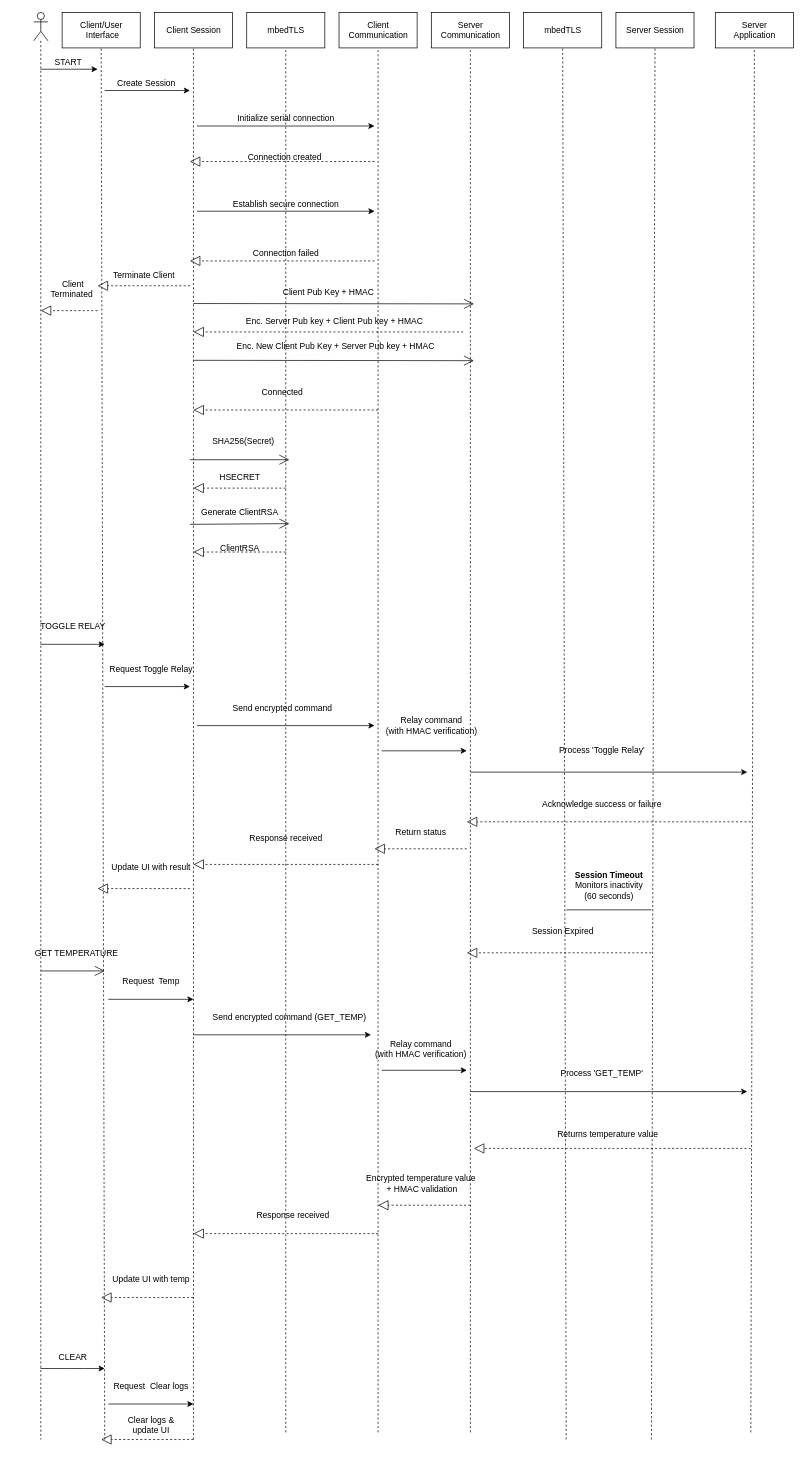
The draw.io diagram Server/docs/SequenceDiagram.drawio in ElliesWorld/Client-Server, before the edit. Source tidied: cells renumbered, new cells numbered last; positions are measured from the earlier drawing's top-left corner, leaving out a move shared by most shapes. Both pictures are drawn from the tidied source at 71%, with x=0, y=0 at pixel (19, 12).
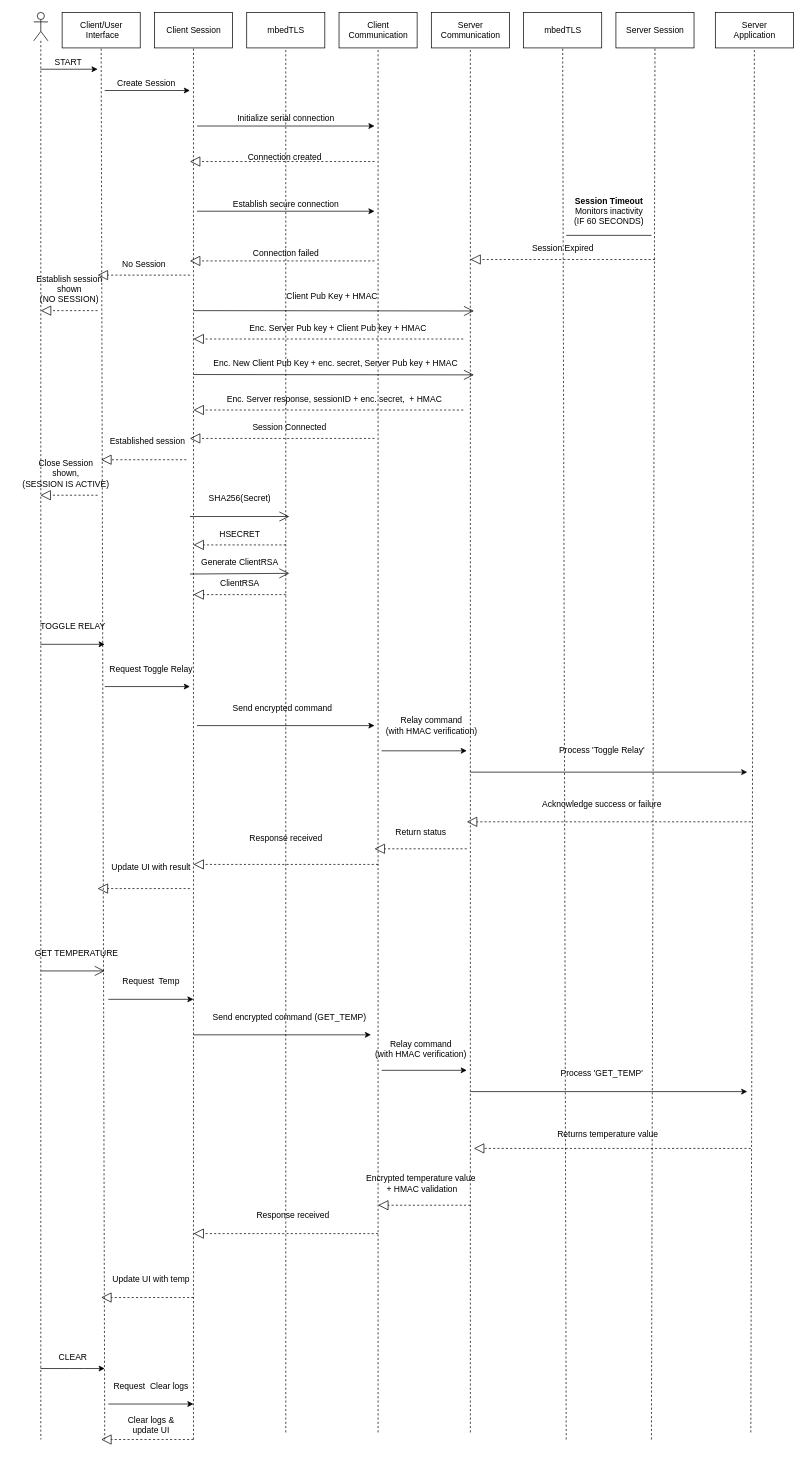
The same page after the edit.

Commit message (it also covers changes not shown here):
Updated sequence diagram with HMAC and pub key exchange

The change refers to these unchanged cells:
```xml
<mxCell id="10" style="shape=umlLifeline;participant=umlActor;perimeter=lifelinePerimeter;whiteSpace=wrap;html=1;verticalAlign=top;spacingTop=36;outlineConnect=0;" parent="1" vertex="1">
  <mxGeometry x="20" width="20" height="2010" as="geometry" />
</mxCell>
```

The edit, as a diff of the source:
```diff
@@
     <mxCell id="31" style="endArrow=block;dashed=1;endFill=0;endSize=12;html=1;" parent="1" edge="1">
       <mxGeometry relative="1" as="geometry">
-        <mxPoint x="240" y="385" as="sourcePoint" />
-        <mxPoint x="110" y="385" as="targetPoint" />
+        <mxPoint x="240" y="370" as="sourcePoint" />
+        <mxPoint x="110" y="370" as="targetPoint" />
       </mxGeometry>
     </mxCell>
@@
-    <mxCell id="33" value="Terminate Client" style="text;html=1;align=center;verticalAlign=middle;strokeColor=none;fillColor=none;" parent="1" vertex="1">
-      <mxGeometry x="120" y="355" width="110" height="30" as="geometry" />
+    <mxCell id="33" value="No Session" style="text;html=1;align=center;verticalAlign=middle;strokeColor=none;fillColor=none;" parent="1" vertex="1">
+      <mxGeometry x="135" y="340" width="80" height="30" as="geometry" />
     </mxCell>
-    <mxCell id="34" value="Client&lt;br&gt;Terminated&amp;nbsp;" style="text;html=1;align=center;verticalAlign=middle;strokeColor=none;fillColor=none;" parent="1" vertex="1">
-      <mxGeometry x="30" y="370" width="90" height="40" as="geometry" />
+    <mxCell id="34" value="Establish session&lt;br&gt;shown &lt;br&gt;(NO SESSION)" style="text;html=1;align=center;verticalAlign=middle;strokeColor=none;fillColor=none;" parent="1" vertex="1">
+      <mxGeometry x="10" y="360" width="120" height="60" as="geometry" />
     </mxCell>
     <mxCell id="35" style="endArrow=block;dashed=1;endFill=0;endSize=12;html=1;" parent="1" edge="1">
       <mxGeometry relative="1" as="geometry">
-        <mxPoint x="505" y="560" as="sourcePoint" />
-        <mxPoint x="245" y="560" as="targetPoint" />
+        <mxPoint x="500" y="600" as="sourcePoint" />
+        <mxPoint x="240" y="600" as="targetPoint" />
       </mxGeometry>
     </mxCell>
-    <mxCell id="36" value="Connected" style="text;html=1;align=center;verticalAlign=middle;strokeColor=none;fillColor=none;" parent="1" vertex="1">
-      <mxGeometry x="330" y="520" width="80" height="30" as="geometry" />
+    <mxCell id="36" value="Session Connected" style="text;html=1;align=center;verticalAlign=middle;strokeColor=none;fillColor=none;" parent="1" vertex="1">
+      <mxGeometry x="315" y="570" width="130" height="30" as="geometry" />
     </mxCell>
     <mxCell id="37" style="endArrow=open;endFill=1;endSize=12;html=1;" parent="1" edge="1">
       <mxGeometry relative="1" as="geometry">
-        <mxPoint x="240" y="630" as="sourcePoint" />
-        <mxPoint x="380" y="630" as="targetPoint" />
+        <mxPoint x="240" y="710" as="sourcePoint" />
+        <mxPoint x="380" y="710" as="targetPoint" />
       </mxGeometry>
     </mxCell>
     <mxCell id="38" value="SHA256(Secret)" style="text;html=1;align=center;verticalAlign=middle;strokeColor=none;fillColor=none;" parent="1" vertex="1">
-      <mxGeometry x="260" y="590" width="110" height="30" as="geometry" />
+      <mxGeometry x="255" y="670" width="110" height="30" as="geometry" />
     </mxCell>
     <mxCell id="39" style="endArrow=open;endFill=1;endSize=12;html=1;" parent="1" edge="1">
       <mxGeometry relative="1" as="geometry">
-        <mxPoint x="240" y="721" as="sourcePoint" />
-        <mxPoint x="380" y="720" as="targetPoint" />
+        <mxPoint x="240" y="791" as="sourcePoint" />
+        <mxPoint x="380" y="790" as="targetPoint" />
       </mxGeometry>
     </mxCell>
     <mxCell id="40" value="Generate ClientRSA" style="text;html=1;align=center;verticalAlign=middle;strokeColor=none;fillColor=none;" parent="1" vertex="1">
-      <mxGeometry x="245" y="690" width="130" height="30" as="geometry" />
+      <mxGeometry x="245" y="760" width="130" height="30" as="geometry" />
     </mxCell>
     <mxCell id="41" style="endArrow=block;dashed=1;endFill=0;endSize=12;html=1;" parent="1" edge="1">
       <mxGeometry relative="1" as="geometry">
-        <mxPoint x="375" y="670" as="sourcePoint" />
-        <mxPoint x="245" y="670" as="targetPoint" />
+        <mxPoint x="375" y="750" as="sourcePoint" />
+        <mxPoint x="245" y="750" as="targetPoint" />
       </mxGeometry>
     </mxCell>
     <mxCell id="42" value="HSECRET" style="text;html=1;align=center;verticalAlign=middle;strokeColor=none;fillColor=none;" parent="1" vertex="1">
-      <mxGeometry x="270" y="640" width="80" height="30" as="geometry" />
+      <mxGeometry x="270" y="720" width="80" height="30" as="geometry" />
     </mxCell>
@@
     <mxCell id="61" style="line;strokeWidth=1;fillColor=none;align=left;verticalAlign=middle;spacingTop=-1;spacingLeft=3;spacingRight=3;labelPosition=right;strokeColor=inherit;" parent="1" vertex="1">
-      <mxGeometry x="770" y="1260" width="120" height="8" as="geometry" />
+      <mxGeometry x="770" y="310" width="120" height="8" as="geometry" />
     </mxCell>
-    <mxCell id="62" value="&lt;strong&gt;Session Timeout&lt;br&gt;&lt;/strong&gt;Monitors inactivity &lt;br&gt;(60 seconds)&lt;strong&gt;&lt;br&gt;&lt;/strong&gt;" style="text;html=1;align=center;verticalAlign=middle;strokeColor=none;fillColor=none;" parent="1" vertex="1">
-      <mxGeometry x="770" y="1200" width="120" height="60" as="geometry" />
+    <mxCell id="62" value="&lt;strong&gt;Session Timeout&lt;br&gt;&lt;/strong&gt;Monitors inactivity &lt;br&gt;(IF 60 SECONDS)&lt;strong&gt;&lt;br&gt;&lt;/strong&gt;" style="text;html=1;align=center;verticalAlign=middle;strokeColor=none;fillColor=none;" parent="1" vertex="1">
+      <mxGeometry x="770" y="250" width="120" height="60" as="geometry" />
     </mxCell>
     <mxCell id="63" value="Session Expired" style="text;html=1;align=center;verticalAlign=middle;strokeColor=none;fillColor=none;" parent="1" vertex="1">
-      <mxGeometry x="710" y="1280" width="110" height="30" as="geometry" />
+      <mxGeometry x="710" y="318" width="110" height="30" as="geometry" />
     </mxCell>
@@
     <mxCell id="68" style="endArrow=block;dashed=1;endFill=0;endSize=12;html=1;" parent="1" edge="1">
       <mxGeometry relative="1" as="geometry">
-        <mxPoint x="890" y="1324.5" as="sourcePoint" />
-        <mxPoint x="630" y="1324.5" as="targetPoint" />
+        <mxPoint x="895" y="348" as="sourcePoint" />
+        <mxPoint x="635" y="348" as="targetPoint" />
       </mxGeometry>
     </mxCell>
@@
     <mxCell id="89" style="endArrow=open;endFill=1;endSize=12;html=1;" parent="1" edge="1">
       <mxGeometry relative="1" as="geometry">
-        <mxPoint x="245" y="410" as="sourcePoint" />
-        <mxPoint x="640" y="410.5" as="targetPoint" />
+        <mxPoint x="245" y="420" as="sourcePoint" />
+        <mxPoint x="640" y="420.5" as="targetPoint" />
       </mxGeometry>
     </mxCell>
     <mxCell id="90" value="Client Pub Key + HMAC" style="text;html=1;align=center;verticalAlign=middle;strokeColor=none;fillColor=none;" parent="1" vertex="1">
-      <mxGeometry x="360" y="380" width="150" height="30" as="geometry" />
+      <mxGeometry x="365" y="385" width="150" height="30" as="geometry" />
     </mxCell>
     <mxCell id="91" style="endArrow=block;dashed=1;endFill=0;endSize=12;html=1;" parent="1" edge="1">
       <mxGeometry relative="1" as="geometry">
-        <mxPoint x="625" y="450" as="sourcePoint" />
-        <mxPoint x="245" y="450" as="targetPoint" />
+        <mxPoint x="625" y="460" as="sourcePoint" />
+        <mxPoint x="245" y="460" as="targetPoint" />
       </mxGeometry>
     </mxCell>
     <mxCell id="92" value="Enc. Server Pub key + Client Pub key + HMAC&amp;nbsp;" style="text;html=1;align=center;verticalAlign=middle;strokeColor=none;fillColor=none;" parent="1" vertex="1">
-      <mxGeometry x="305" y="420" width="280" height="30" as="geometry" />
+      <mxGeometry x="310" y="430" width="280" height="30" as="geometry" />
     </mxCell>
     <mxCell id="93" style="endArrow=block;dashed=1;endFill=0;endSize=12;html=1;" parent="1" edge="1">
       <mxGeometry relative="1" as="geometry">
-        <mxPoint x="375" y="760" as="sourcePoint" />
-        <mxPoint x="245" y="760" as="targetPoint" />
+        <mxPoint x="375" y="820" as="sourcePoint" />
+        <mxPoint x="245" y="820" as="targetPoint" />
       </mxGeometry>
     </mxCell>
     <mxCell id="94" value="ClientRSA" style="text;html=1;align=center;verticalAlign=middle;strokeColor=none;fillColor=none;" parent="1" vertex="1">
-      <mxGeometry x="270" y="740" width="80" height="30" as="geometry" />
+      <mxGeometry x="270" y="790" width="80" height="30" as="geometry" />
     </mxCell>
     <mxCell id="95" style="endArrow=open;endFill=1;endSize=12;html=1;" parent="1" edge="1">
       <mxGeometry relative="1" as="geometry">
-        <mxPoint x="245" y="490" as="sourcePoint" />
-        <mxPoint x="640" y="490.5" as="targetPoint" />
+        <mxPoint x="245" y="510" as="sourcePoint" />
+        <mxPoint x="640" y="510.5" as="targetPoint" />
       </mxGeometry>
     </mxCell>
-    <mxCell id="96" value="&amp;nbsp; &amp;nbsp; &amp;nbsp; &amp;nbsp; &amp;nbsp; &amp;nbsp; &amp;nbsp; &amp;nbsp; &amp;nbsp; &amp;nbsp; &amp;nbsp; Enc. New Client Pub Key + Server Pub key + HMAC&amp;nbsp;" style="text;html=1;align=center;verticalAlign=middle;strokeColor=none;fillColor=none;" parent="1" vertex="1">
-      <mxGeometry x="220" y="455" width="380" height="30" as="geometry" />
+    <mxCell id="96" value="&amp;nbsp; &amp;nbsp; &amp;nbsp; &amp;nbsp; &amp;nbsp; &amp;nbsp; &amp;nbsp; &amp;nbsp; &amp;nbsp; &amp;nbsp; &amp;nbsp; Enc. New Client Pub Key + enc. secret, Server Pub key + HMAC&amp;nbsp;" style="text;html=1;align=center;verticalAlign=middle;strokeColor=none;fillColor=none;" parent="1" vertex="1">
+      <mxGeometry x="190" y="480" width="440" height="30" as="geometry" />
     </mxCell>
+    <mxCell id="97" style="endArrow=block;dashed=1;endFill=0;endSize=12;html=1;" parent="1" edge="1">
+      <mxGeometry relative="1" as="geometry">
+        <mxPoint x="625" y="560" as="sourcePoint" />
+        <mxPoint x="245" y="560" as="targetPoint" />
+      </mxGeometry>
+    </mxCell>
+    <mxCell id="98" value="Enc. Server response, sessionID + enc. secret,&amp;nbsp; + HMAC&amp;nbsp;" style="text;html=1;align=center;verticalAlign=middle;strokeColor=none;fillColor=none;" parent="1" vertex="1">
+      <mxGeometry x="280" y="530" width="330" height="30" as="geometry" />
+    </mxCell>
+    <mxCell id="99" style="endArrow=block;dashed=1;endFill=0;endSize=12;html=1;" parent="1" edge="1">
+      <mxGeometry relative="1" as="geometry">
+        <mxPoint x="235" y="630" as="sourcePoint" />
+        <mxPoint x="115" y="630" as="targetPoint" />
+      </mxGeometry>
+    </mxCell>
+    <mxCell id="100" value="Established session" style="text;html=1;align=center;verticalAlign=middle;strokeColor=none;fillColor=none;" parent="1" vertex="1">
+      <mxGeometry x="115" y="590" width="130" height="30" as="geometry" />
+    </mxCell>
+    <mxCell id="101" value="Close Session &lt;br&gt;shown, &lt;br&gt;(SESSION IS ACTIVE)" style="text;html=1;align=center;verticalAlign=middle;strokeColor=none;fillColor=none;" parent="1" vertex="1">
+      <mxGeometry x="-10" y="620" width="150" height="60" as="geometry" />
+    </mxCell>
+    <mxCell id="102" style="endArrow=block;dashed=1;endFill=0;endSize=12;html=1;" parent="1" edge="1" target="10">
+      <mxGeometry relative="1" as="geometry">
+        <mxPoint x="110" y="680" as="sourcePoint" />
+      </mxGeometry>
+    </mxCell>
```
